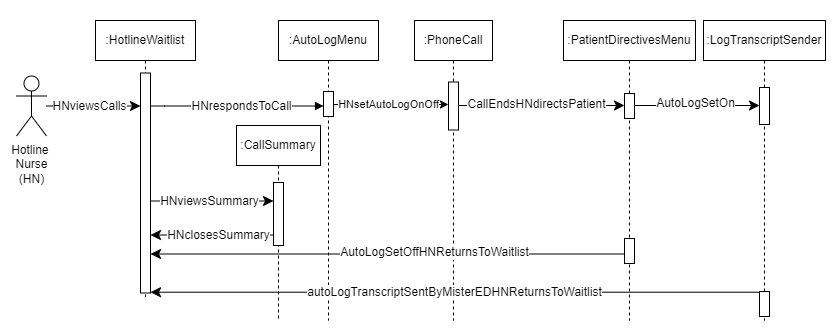
SENG-350-2024-fall/Team9 keeps this draw.io diagram as AmirWork/M2/Nurse_Hotline_SequenceDiagram.drawio.png. Above is the earlier version. Source tidied: cells renumbered, new cells last; positions are measured from the earlier drawing's top-left corner, leaving out a move shared by most shapes.
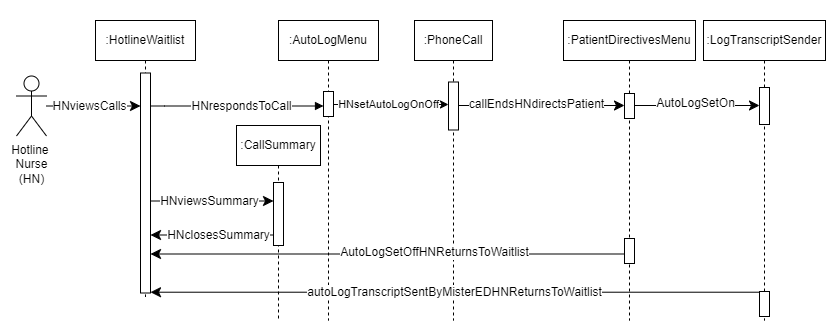
Later version of the same file.

Diff of the diagram source:
```diff
@@ -105,7 +105,7 @@
         </Array>
       </mxGeometry>
     </mxCell>
-    <mxCell id="27" value="CallEndsHNdirectsPatient" style="edgeLabel;html=1;align=center;verticalAlign=middle;fontSize=12;" parent="26" vertex="1">
+    <mxCell id="27" value="callEndsHNdirectsPatient" style="edgeLabel;html=1;align=center;verticalAlign=middle;fontSize=12;" parent="26" vertex="1">
       <mxGeometry x="-0.35" relative="1" as="geometry">
         <mxPoint x="24" y="-1" as="offset" />
       </mxGeometry>
```
